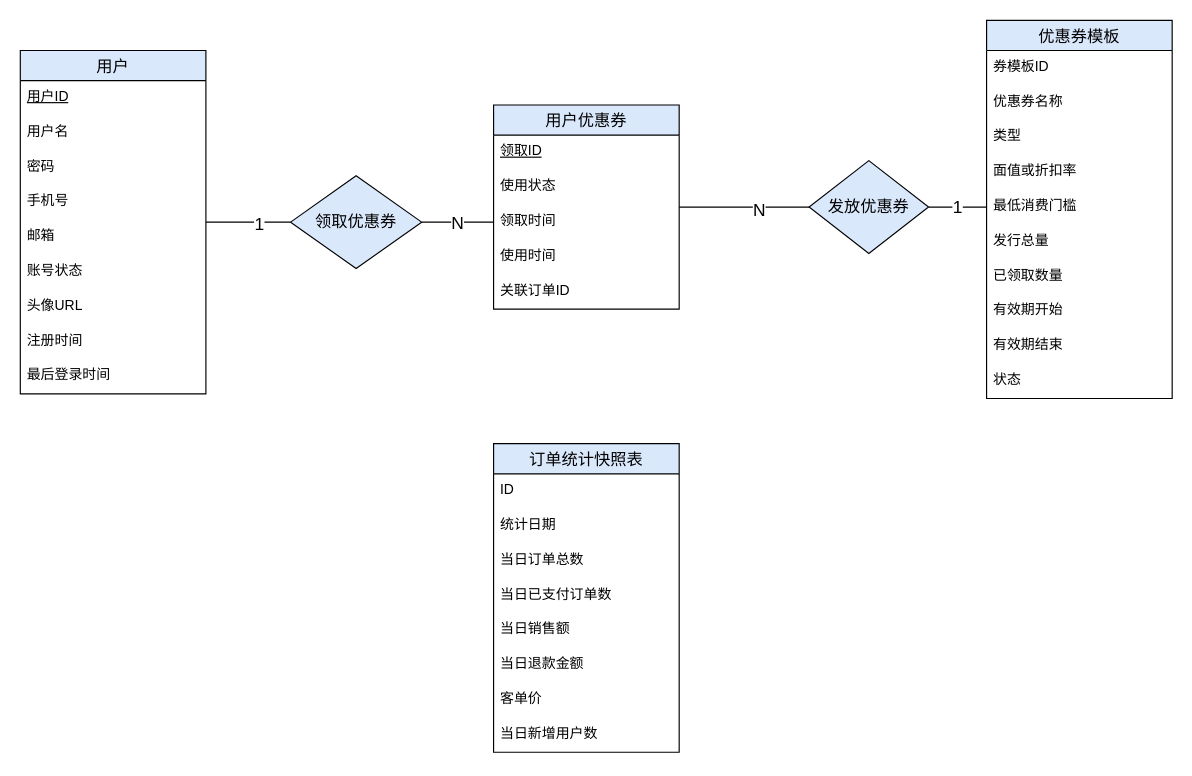
Stonerxx/E-commerce-management keeps this draw.io diagram as docs/ERGraph/2.5.drawio. Above is the earlier version. Source tidied: cells renumbered, new cells numbered last; positions are measured from the earlier drawing's top-left corner, leaving out a move shared by most shapes. Both pictures are drawn from the tidied source at 116%, with x=0, y=0 at pixel (20, 20).
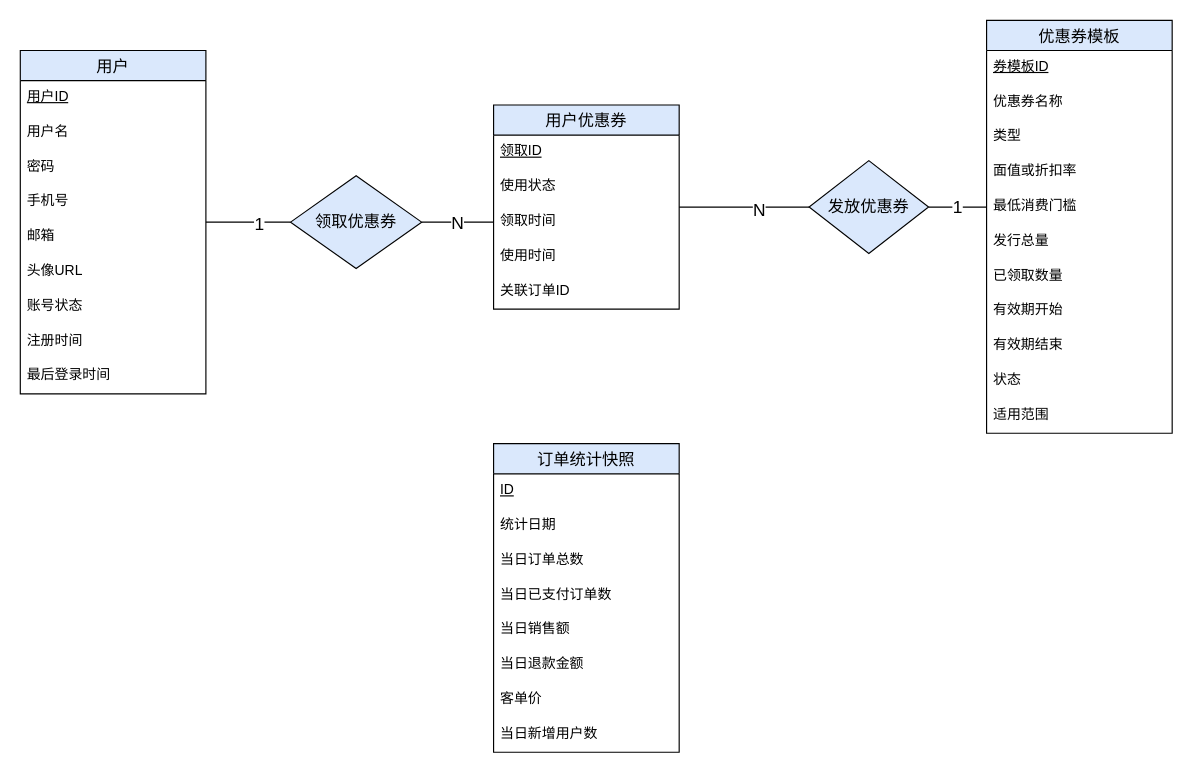
The same diagram, later.

Unchanged cells that the change refers to:
```xml
<mxCell id="12" value="用户" style="swimlane;fontStyle=0;horizontal=1;startSize=26;align=center;fontSize=14;fillColor=#dae8fc;strokeColor=#000000;" parent="1" vertex="1">
  <mxGeometry y="26" width="160" height="296" as="geometry" />
</mxCell>
```

What changed in the source:
```diff
@@
-    <mxCell id="18" value="账号状态" style="text;strokeColor=none;fillColor=none;spacingLeft=4;spacingRight=4;overflow=hidden;fontSize=12;whiteSpace=wrap;html=1;" parent="12" vertex="1">
+    <mxCell id="18" value="头像URL" style="text;strokeColor=none;fillColor=none;spacingLeft=4;spacingRight=4;overflow=hidden;fontSize=12;whiteSpace=wrap;html=1;" parent="12" vertex="1">
       <mxGeometry y="176" width="160" height="30" as="geometry" />
     </mxCell>
-    <mxCell id="19" value="头像URL" style="text;strokeColor=none;fillColor=none;spacingLeft=4;spacingRight=4;overflow=hidden;fontSize=12;whiteSpace=wrap;html=1;" parent="12" vertex="1">
+    <mxCell id="19" value="账号状态" style="text;strokeColor=none;fillColor=none;spacingLeft=4;spacingRight=4;overflow=hidden;fontSize=12;whiteSpace=wrap;html=1;" parent="12" vertex="1">
       <mxGeometry y="206" width="160" height="30" as="geometry" />
     </mxCell>
@@
     <mxCell id="22" value="优惠券模板" style="swimlane;fontStyle=0;horizontal=1;startSize=26;align=center;fontSize=14;fillColor=#dae8fc;strokeColor=#000000;" parent="1" vertex="1">
-      <mxGeometry x="833" width="160" height="326" as="geometry" />
+      <mxGeometry x="833" width="160" height="356" as="geometry" />
     </mxCell>
-    <mxCell id="23" value="券模板ID" style="text;strokeColor=none;fillColor=none;spacingLeft=4;spacingRight=4;overflow=hidden;fontSize=12;whiteSpace=wrap;html=1;" parent="22" vertex="1">
+    <mxCell id="23" value="&lt;u&gt;券模板ID&lt;/u&gt;" style="text;strokeColor=none;fillColor=none;spacingLeft=4;spacingRight=4;overflow=hidden;fontSize=12;whiteSpace=wrap;html=1;" parent="22" vertex="1">
       <mxGeometry y="26" width="160" height="30" as="geometry" />
     </mxCell>
@@
+    <mxCell id="48" value="适用范围" style="text;strokeColor=none;fillColor=none;spacingLeft=4;spacingRight=4;overflow=hidden;fontSize=12;whiteSpace=wrap;html=1;" parent="22" vertex="1">
+      <mxGeometry y="326" width="160" height="30" as="geometry" />
+    </mxCell>
-    <mxCell id="33" value="订单统计快照表" style="swimlane;fontStyle=0;horizontal=1;startSize=26;align=center;fontSize=14;fillColor=#dae8fc;strokeColor=#000000;" parent="1" vertex="1">
+    <mxCell id="33" value="订单统计快照" style="swimlane;fontStyle=0;horizontal=1;startSize=26;align=center;fontSize=14;fillColor=#dae8fc;strokeColor=#000000;" parent="1" vertex="1">
       <mxGeometry x="408" y="365" width="160" height="266" as="geometry" />
     </mxCell>
-    <mxCell id="34" value="ID" style="text;strokeColor=none;fillColor=none;spacingLeft=4;spacingRight=4;overflow=hidden;fontSize=12;whiteSpace=wrap;html=1;" parent="33" vertex="1">
+    <mxCell id="34" value="&lt;u&gt;ID&lt;/u&gt;" style="text;strokeColor=none;fillColor=none;spacingLeft=4;spacingRight=4;overflow=hidden;fontSize=12;whiteSpace=wrap;html=1;" parent="33" vertex="1">
       <mxGeometry y="26" width="160" height="30" as="geometry" />
     </mxCell>
```
